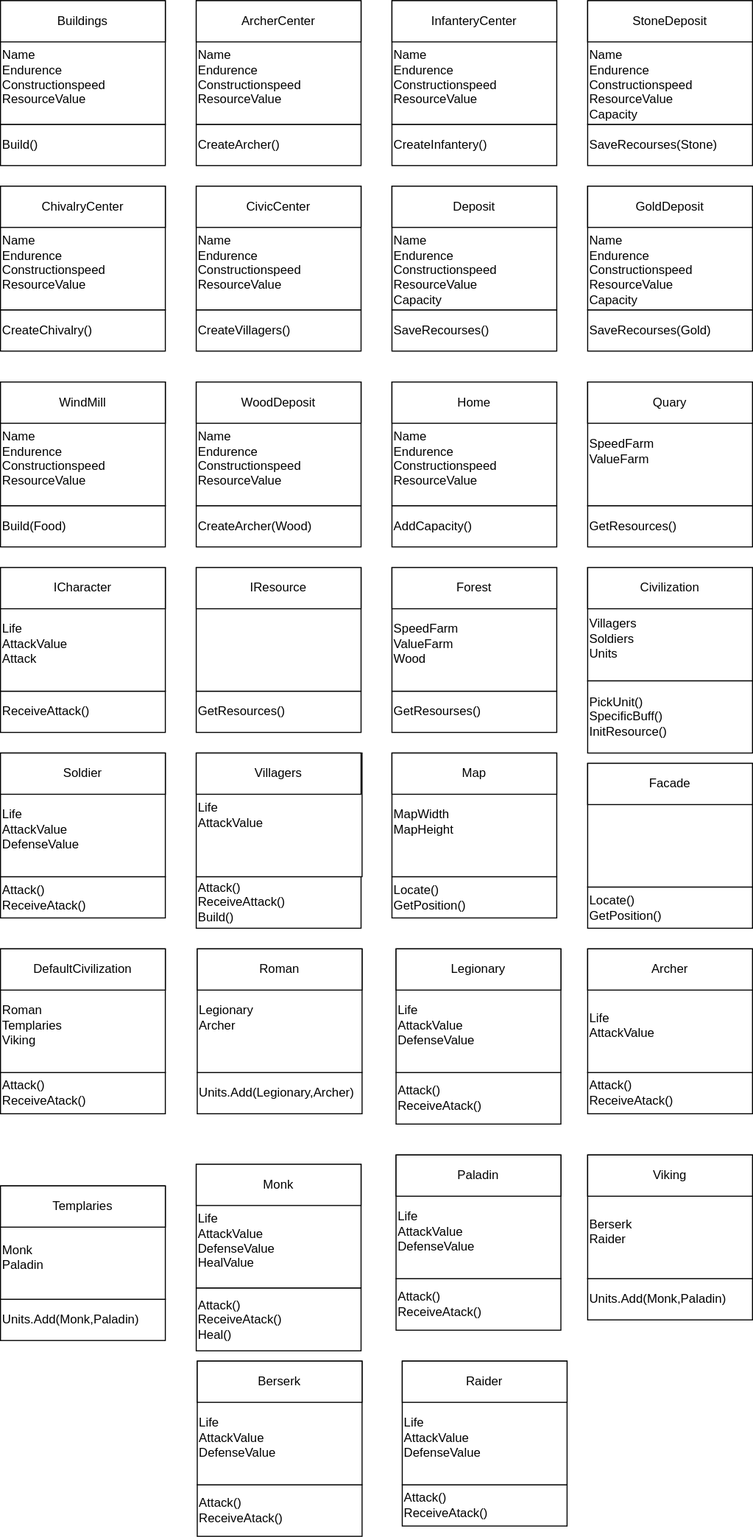
The draw.io diagram ClassLibrary1/TarjetasCRC.svg in Christian-Curbelo-004/Age-Of-Empires-Project, before a commit. Source tidied: cells renumbered, new cells last; positions are measured from the earlier drawing's top-left corner, leaving out a move shared by most shapes.
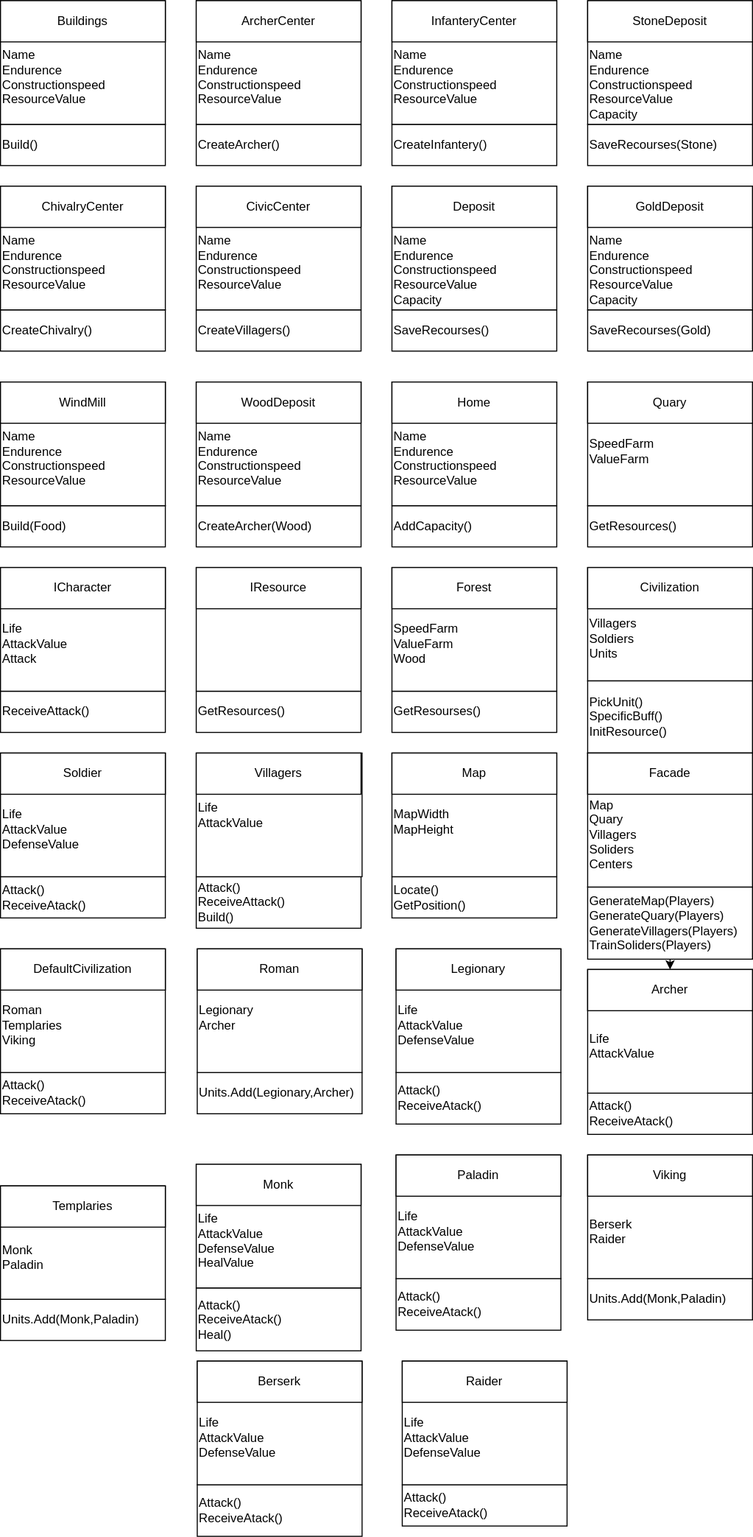
Above is the later version.

The edit, as a diff of the source:
```diff
@@ -173,14 +173,17 @@
     <mxCell id="58" value="PickUnit()&lt;br&gt;SpecificBuff()&lt;br&gt;InitResource()" style="rounded=0;whiteSpace=wrap;html=1;align=left;" parent="1" vertex="1">
       <mxGeometry x="570" y="660" width="160" height="70" as="geometry" />
     </mxCell>
+    <mxCell id="93" style="edgeStyle=orthogonalEdgeStyle;rounded=0;jettySize=auto;html=1;exitX=0.5;exitY=1;exitDx=0;exitDy=0;entryX=0.5;entryY=0;entryDx=0;entryDy=0;" parent="1" edge="1" source="59" target="70">
+      <mxGeometry relative="1" as="geometry" />
+    </mxCell>
-    <mxCell id="59" value="Locate()&lt;br&gt;GetPosition()" style="rounded=0;whiteSpace=wrap;html=1;align=left;" parent="1" vertex="1">
-      <mxGeometry x="570" y="860" width="160" height="40" as="geometry" />
+    <mxCell id="59" value="GenerateMap(Players)&lt;br&gt;GenerateQuary(Players)&lt;br&gt;GenerateVillagers(Players)&lt;br&gt;TrainSoliders(Players)" style="rounded=0;whiteSpace=wrap;html=1;align=left;" parent="1" vertex="1">
+      <mxGeometry x="570" y="860" width="160" height="70" as="geometry" />
     </mxCell>
-    <mxCell id="60" style="rounded=0;whiteSpace=wrap;html=1;align=left;" parent="1" vertex="1">
-      <mxGeometry x="570" y="740" width="160" height="120" as="geometry" />
+    <mxCell id="60" value="&lt;br&gt;&lt;br&gt;Map&lt;br&gt;Quary&lt;br&gt;Villagers&lt;br&gt;Soliders&lt;br&gt;Centers" style="rounded=0;whiteSpace=wrap;html=1;align=left;" parent="1" vertex="1">
+      <mxGeometry x="570" y="730" width="160" height="130" as="geometry" />
     </mxCell>
     <mxCell id="61" value="Facade" style="rounded=0;whiteSpace=wrap;html=1;" parent="1" vertex="1">
-      <mxGeometry x="570" y="740" width="160" height="40" as="geometry" />
+      <mxGeometry x="570" y="730" width="160" height="40" as="geometry" />
     </mxCell>
     <mxCell id="62" value="Units.Add(Legionary,Archer)" style="rounded=0;whiteSpace=wrap;html=1;align=left;" parent="1" vertex="1">
       <mxGeometry x="191" y="1040" width="160" height="40" as="geometry" />
@@ -201,13 +204,13 @@
       <mxGeometry x="384" y="920" width="160" height="40" as="geometry" />
     </mxCell>
     <mxCell id="68" value="Attack()&lt;br&gt;ReceiveAtack()" style="rounded=0;whiteSpace=wrap;html=1;align=left;" parent="1" vertex="1">
-      <mxGeometry x="570" y="1040" width="160" height="40" as="geometry" />
+      <mxGeometry x="570" y="1060" width="160" height="40" as="geometry" />
     </mxCell>
     <mxCell id="69" value="&lt;br&gt;&lt;br&gt;Life&lt;br&gt;AttackValue&lt;br&gt;" style="rounded=0;whiteSpace=wrap;html=1;align=left;" parent="1" vertex="1">
-      <mxGeometry x="570" y="920" width="160" height="120" as="geometry" />
+      <mxGeometry x="570" y="940" width="160" height="120" as="geometry" />
     </mxCell>
     <mxCell id="70" value="Archer" style="rounded=0;whiteSpace=wrap;html=1;" parent="1" vertex="1">
-      <mxGeometry x="570" y="920" width="160" height="40" as="geometry" />
+      <mxGeometry x="570" y="940" width="160" height="40" as="geometry" />
     </mxCell>
     <mxCell id="71" value="Units.Add(Monk,Paladin)" style="rounded=0;whiteSpace=wrap;html=1;align=left;" parent="1" vertex="1">
       <mxGeometry x="570" y="1240" width="160" height="40" as="geometry" />
@@ -275,5 +278,8 @@
     <mxCell id="92" value="DefaultCivilization" style="rounded=0;whiteSpace=wrap;html=1;" parent="1" vertex="1">
       <mxGeometry y="920" width="160" height="40" as="geometry" />
     </mxCell>
+    <mxCell id="94" style="edgeStyle=orthogonalEdgeStyle;rounded=0;orthogonalLoop=1;jettySize=auto;html=1;exitX=0.5;exitY=1;exitDx=0;exitDy=0;" parent="1" edge="1" source="61" target="61">
+      <mxGeometry relative="1" as="geometry" />
+    </mxCell>
   </root>
 </mxGraphModel>
```
